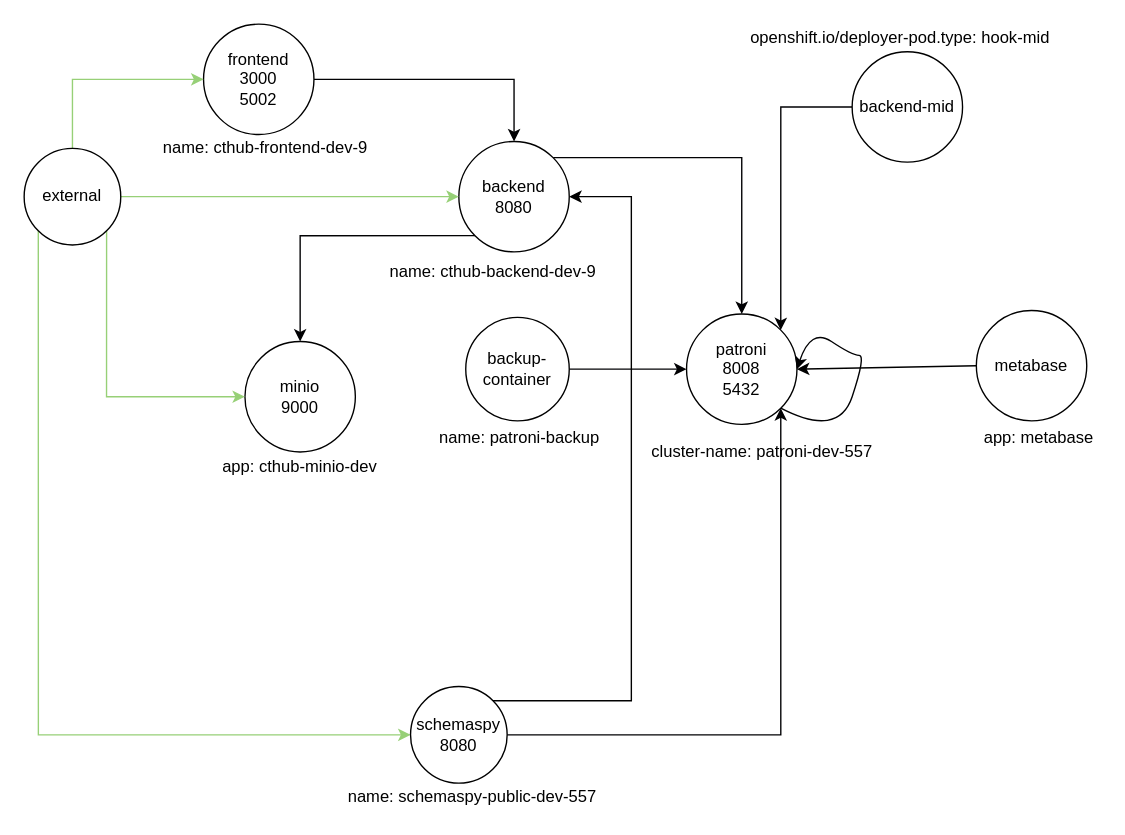
This is openshift/templates/knp/knp-diagram.drawio from bcgov/itvr, a draw.io file, before an edit. Source tidied: cells renumbered, new cells numbered last; positions are measured from the earlier drawing's top-left corner, leaving out a move shared by most shapes. Both pictures are drawn from the tidied source at 138%, with x=0, y=0 at pixel (23, 23).
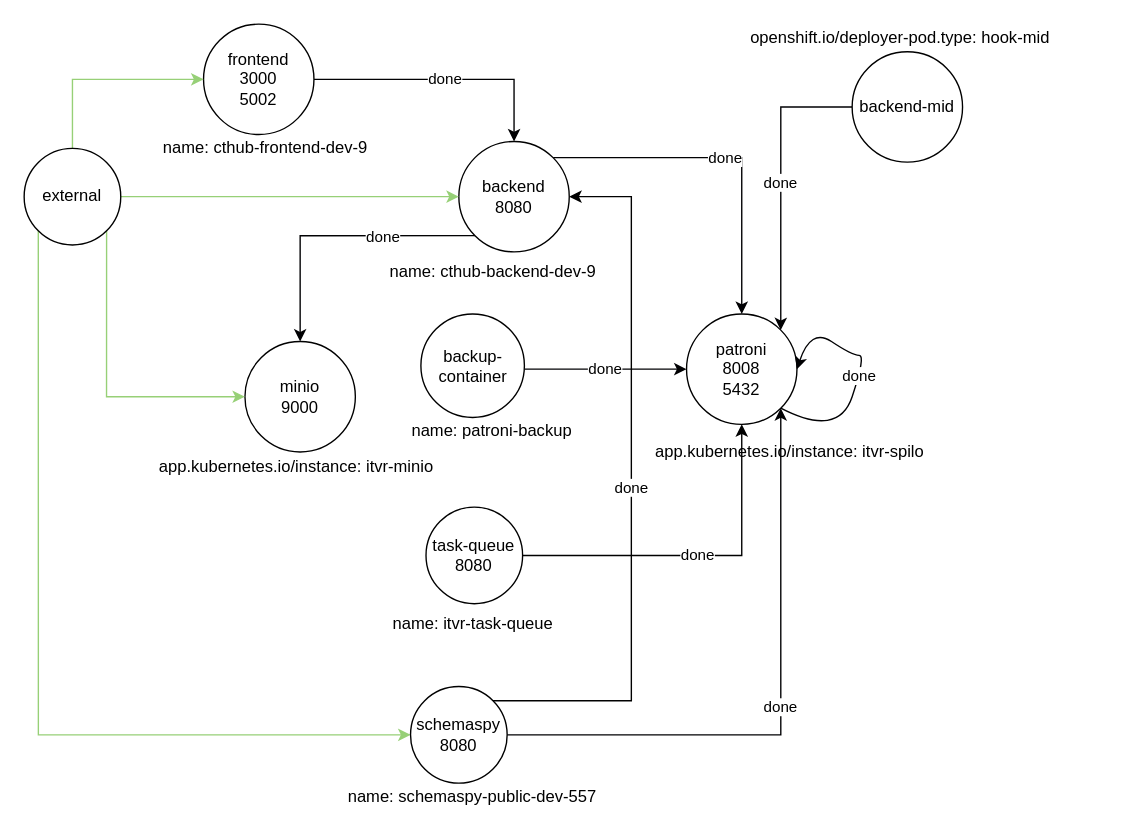
After the change.

Unchanged cells that the change refers to:
```xml
<mxCell id="3" value="frontend&lt;br&gt;3000&lt;br&gt;5002" style="ellipse;whiteSpace=wrap;html=1;" parent="1" vertex="1">
  <mxGeometry x="130" width="80" height="80" as="geometry" />
</mxCell>
<mxCell id="4" style="edgeStyle=orthogonalEdgeStyle;rounded=0;jettySize=auto;html=1;exitX=0;exitY=1;exitDx=0;exitDy=0;strokeColor=#010103;" parent="1" edge="1" source="6" target="11">
  <mxGeometry relative="1" as="geometry" />
</mxCell>
<mxCell id="6" value="backend&lt;br&gt;8080" style="ellipse;whiteSpace=wrap;html=1;" parent="1" vertex="1">
  <mxGeometry x="315" y="85" width="80" height="80" as="geometry" />
</mxCell>
<mxCell id="7" value="patroni&lt;br&gt;8008&lt;br&gt;5432" style="ellipse;whiteSpace=wrap;html=1;" parent="1" vertex="1">
  <mxGeometry x="480" y="210" width="80" height="80" as="geometry" />
</mxCell>
<mxCell id="19" value="backend-mid" style="ellipse;whiteSpace=wrap;html=1;" parent="1" vertex="1">
  <mxGeometry x="600" y="20" width="80" height="80" as="geometry" />
</mxCell>
<mxCell id="21" value="schemaspy&lt;br&gt;8080" style="ellipse;whiteSpace=wrap;html=1;" parent="1" vertex="1">
  <mxGeometry x="280" y="480" width="70" height="70" as="geometry" />
</mxCell>
```

Change to the diagram source:
```diff
@@
-    <mxCell id="2" style="edgeStyle=orthogonalEdgeStyle;rounded=0;jettySize=auto;html=1;exitX=1;exitY=0.5;exitDx=0;exitDy=0;strokeColor=#010103;" parent="1" edge="1" source="3" target="6">
+    <mxCell id="2" value="done" style="edgeStyle=orthogonalEdgeStyle;rounded=0;jettySize=auto;html=1;exitX=1;exitY=0.5;exitDx=0;exitDy=0;strokeColor=#010103;" parent="1" edge="1" source="3" target="6">
       <mxGeometry relative="1" as="geometry" />
     </mxCell>
@@
+    <mxCell id="32" value="done" style="edgeLabel;html=1;align=center;verticalAlign=middle;" parent="4" vertex="1">
+      <mxGeometry x="-0.34" relative="1" as="geometry" />
+    </mxCell>
-    <mxCell id="5" style="edgeStyle=orthogonalEdgeStyle;rounded=0;jettySize=auto;html=1;exitX=1;exitY=0;exitDx=0;exitDy=0;strokeColor=#010103;" parent="1" edge="1" source="6" target="7">
+    <mxCell id="5" value="done" style="edgeStyle=orthogonalEdgeStyle;rounded=0;jettySize=auto;html=1;exitX=1;exitY=0;exitDx=0;exitDy=0;strokeColor=#010103;" parent="1" edge="1" source="6" target="7">
       <mxGeometry relative="1" as="geometry" />
     </mxCell>
@@
-    <mxCell id="8" style="edgeStyle=orthogonalEdgeStyle;rounded=0;jettySize=auto;html=1;entryX=0;entryY=0.5;entryDx=0;entryDy=0;strokeColor=#010103;" parent="1" edge="1" source="10" target="7">
-      <mxGeometry relative="1" as="geometry" />
+    <mxCell id="8" value="done" style="edgeStyle=orthogonalEdgeStyle;rounded=0;jettySize=auto;html=1;entryX=0;entryY=0.5;entryDx=0;entryDy=0;strokeColor=#010103;" parent="1" edge="1" source="10" target="7">
+      <mxGeometry relative="1" as="geometry">
+        <Array as="points">
+          <mxPoint x="420" y="250" />
+          <mxPoint x="420" y="250" />
+        </Array>
+      </mxGeometry>
     </mxCell>
-    <mxCell id="9" style="edgeStyle=orthogonalEdgeStyle;rounded=0;jettySize=auto;html=1;exitX=1;exitY=0;exitDx=0;exitDy=0;entryX=1;entryY=0.5;entryDx=0;entryDy=0;" parent="1" edge="1" source="21" target="6">
+    <mxCell id="9" value="done" style="edgeStyle=orthogonalEdgeStyle;rounded=0;jettySize=auto;html=1;exitX=1;exitY=0;exitDx=0;exitDy=0;entryX=1;entryY=0.5;entryDx=0;entryDy=0;" parent="1" edge="1" source="21" target="6">
       <mxGeometry relative="1" as="geometry">
         <Array as="points">
           <mxPoint x="440" y="490" />
           <mxPoint x="440" y="125" />
         </Array>
       </mxGeometry>
     </mxCell>
     <mxCell id="10" value="backup-container" style="ellipse;whiteSpace=wrap;html=1;" parent="1" vertex="1">
-      <mxGeometry x="320" y="212.5" width="75" height="75" as="geometry" />
+      <mxGeometry x="287.5" y="210" width="75" height="75" as="geometry" />
     </mxCell>
@@
-    <mxCell id="17" style="curved=1;endArrow=classic;html=1;exitX=1;exitY=1;exitDx=0;exitDy=0;entryX=1;entryY=0.5;entryDx=0;entryDy=0;strokeColor=#010103;" parent="1" edge="1" source="7" target="7">
+    <mxCell id="17" value="done" style="curved=1;endArrow=classic;html=1;exitX=1;exitY=1;exitDx=0;exitDy=0;entryX=1;entryY=0.5;entryDx=0;entryDy=0;strokeColor=#010103;" parent="1" edge="1" source="7" target="7">
       <mxGeometry relative="1" as="geometry">
         <Array as="points">
           <mxPoint x="590" y="300" />
           <mxPoint x="610" y="240" />
           <mxPoint x="600" y="240" />
           <mxPoint x="570" y="220" />
         </Array>
       </mxGeometry>
     </mxCell>
-    <mxCell id="18" style="edgeStyle=orthogonalEdgeStyle;rounded=0;jettySize=auto;html=1;entryX=1;entryY=0;entryDx=0;entryDy=0;strokeColor=#010103;" parent="1" edge="1" source="19" target="7">
+    <mxCell id="18" value="done" style="edgeStyle=orthogonalEdgeStyle;rounded=0;jettySize=auto;html=1;entryX=1;entryY=0;entryDx=0;entryDy=0;strokeColor=#010103;" parent="1" edge="1" source="19" target="7">
       <mxGeometry relative="1" as="geometry" />
     </mxCell>
@@
-    <mxCell id="20" style="edgeStyle=orthogonalEdgeStyle;rounded=0;jettySize=auto;html=1;entryX=1;entryY=1;entryDx=0;entryDy=0;strokeColor=#010103;" parent="1" edge="1" source="21" target="7">
+    <mxCell id="20" value="done" style="edgeStyle=orthogonalEdgeStyle;rounded=0;jettySize=auto;html=1;entryX=1;entryY=1;entryDx=0;entryDy=0;strokeColor=#010103;" parent="1" edge="1" source="21" target="7">
       <mxGeometry relative="1" as="geometry" />
     </mxCell>
@@
-    <mxCell id="22" value="app: cthub-minio-dev" style="text;html=1;strokeColor=none;fillColor=none;align=center;verticalAlign=middle;whiteSpace=wrap;rounded=0;" parent="1" vertex="1">
-      <mxGeometry x="125" y="310" width="150" height="22.5" as="geometry" />
+    <mxCell id="22" value="app.kubernetes.io/instance: itvr-minio" style="text;html=1;strokeColor=none;fillColor=none;align=center;verticalAlign=middle;whiteSpace=wrap;rounded=0;" parent="1" vertex="1">
+      <mxGeometry x="90" y="310" width="215" height="22.5" as="geometry" />
     </mxCell>
@@
-    <mxCell id="24" value="cluster-name: patroni-dev-557" style="text;html=1;strokeColor=none;fillColor=none;align=center;verticalAlign=middle;whiteSpace=wrap;rounded=0;" parent="1" vertex="1">
-      <mxGeometry x="450" y="300" width="170" height="20" as="geometry" />
+    <mxCell id="24" value="app.kubernetes.io/instance: itvr-spilo" style="text;html=1;strokeColor=none;fillColor=none;align=center;verticalAlign=middle;whiteSpace=wrap;rounded=0;" parent="1" vertex="1">
+      <mxGeometry x="450" y="300" width="210" height="20" as="geometry" />
     </mxCell>
     <mxCell id="25" value="&amp;nbsp;name: patroni-backup" style="text;html=1;strokeColor=none;fillColor=none;align=center;verticalAlign=middle;whiteSpace=wrap;rounded=0;" parent="1" vertex="1">
-      <mxGeometry x="290" y="290" width="135" height="20" as="geometry" />
+      <mxGeometry x="270" y="285" width="135" height="20" as="geometry" />
     </mxCell>
@@
-    <mxCell id="29" value="metabase" style="ellipse;whiteSpace=wrap;html=1;" parent="1" vertex="1">
-      <mxGeometry x="690" y="207.5" width="80" height="80" as="geometry" />
-    </mxCell>
-    <mxCell id="30" style="endArrow=classic;html=1;rounded=0;exitX=0;exitY=0.5;exitDx=0;exitDy=0;entryX=1;entryY=0.5;entryDx=0;entryDy=0;" parent="1" edge="1" source="29" target="7">
-      <mxGeometry relative="1" as="geometry" />
-    </mxCell>
-    <mxCell id="31" value="app: metabase" style="text;html=1;align=center;verticalAlign=middle;strokeColor=none;fillColor=none;" parent="1" vertex="1">
-      <mxGeometry x="690" y="290" width="90" height="20" as="geometry" />
-    </mxCell>
+    <mxCell id="33" value="done" style="edgeStyle=orthogonalEdgeStyle;rounded=0;jettySize=auto;html=1;entryX=0.5;entryY=1;entryDx=0;entryDy=0;" parent="1" edge="1" source="34" target="7">
+      <mxGeometry relative="1" as="geometry" />
+    </mxCell>
+    <mxCell id="34" value="task-queue&lt;br&gt;8080" style="ellipse;whiteSpace=wrap;html=1;" parent="1" vertex="1">
+      <mxGeometry x="291.2" y="350" width="70" height="70" as="geometry" />
+    </mxCell>
+    <mxCell id="35" value="name:&amp;nbsp;itvr-task-queue" style="text;html=1;strokeColor=none;fillColor=none;align=center;verticalAlign=middle;whiteSpace=wrap;rounded=0;" parent="1" vertex="1">
+      <mxGeometry x="263.8" y="420" width="122.5" height="30" as="geometry" />
+    </mxCell>
```
